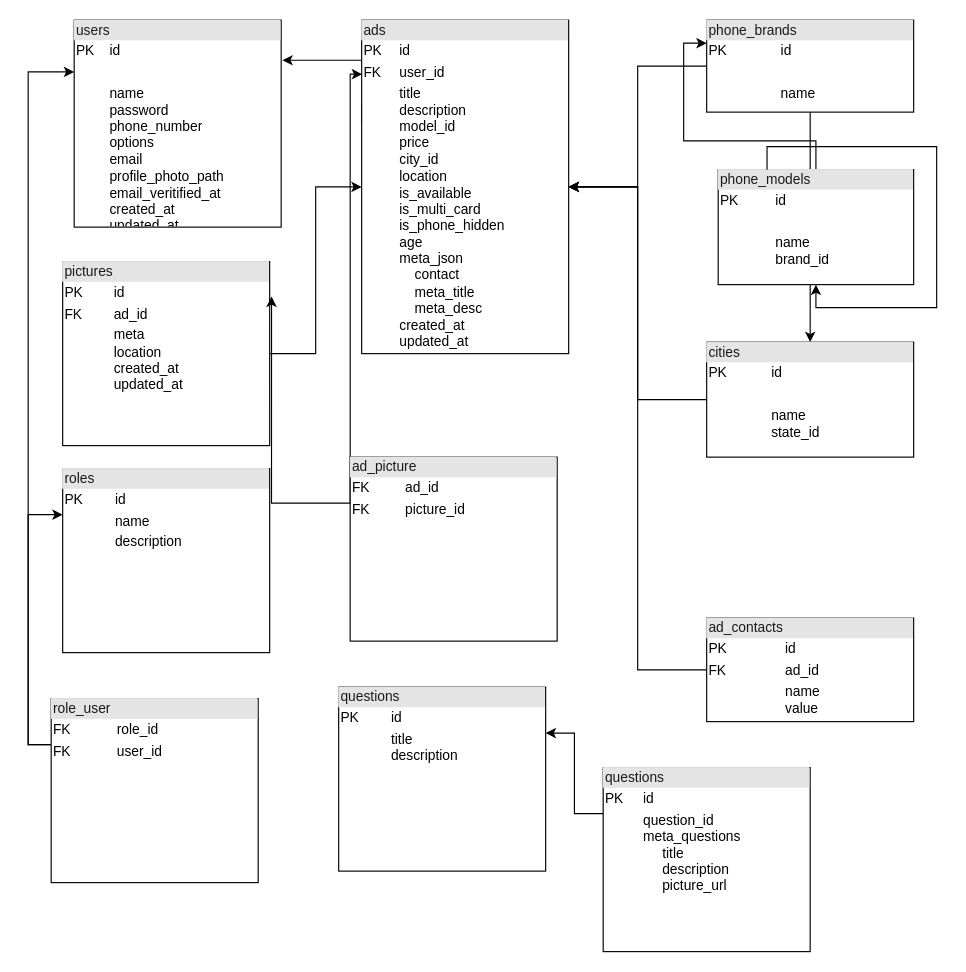
Mdhesari/devicechi keeps this draw.io diagram as page "mvp-register-user" (1 of 5) of diagrams.dio. Above is the earlier version. Source tidied: cells renumbered, new cells numbered last; positions are measured from the earlier drawing's top-left corner, leaving out a move shared by most shapes. Both pictures are drawn from the tidied source at 115%, with x=0, y=0 at pixel (51, 20).
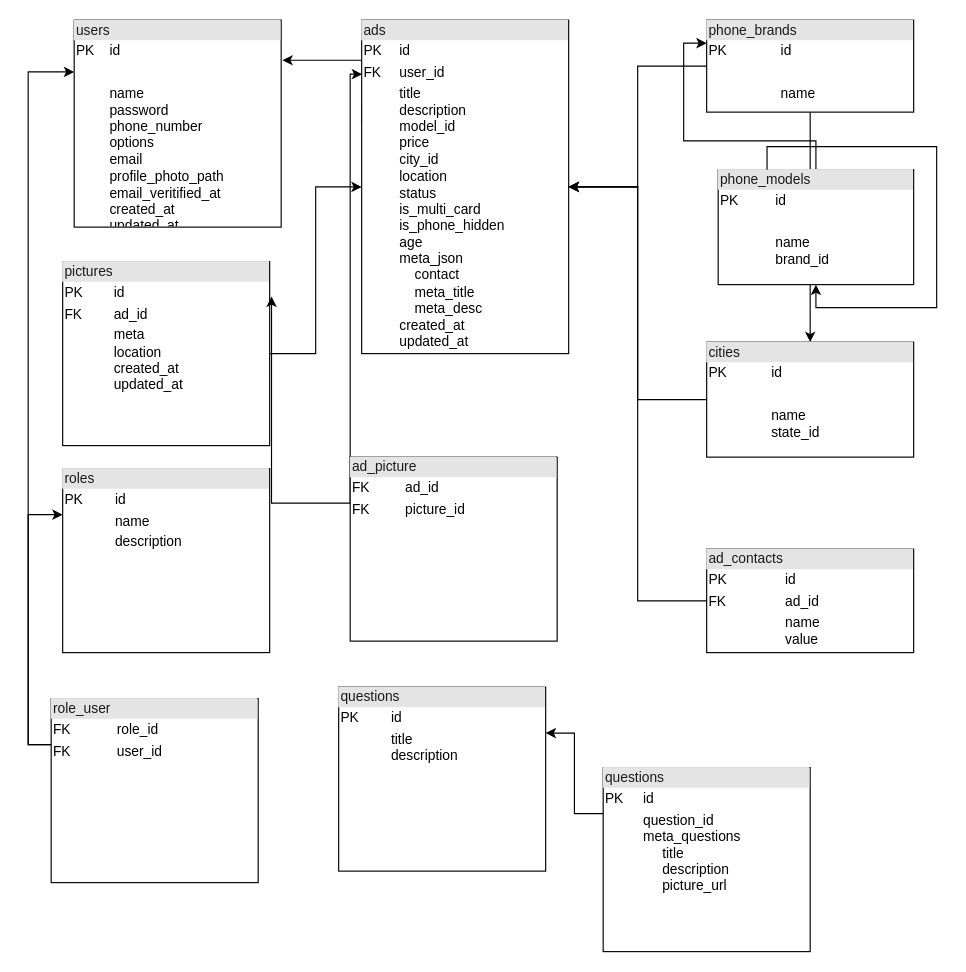
After the change.

The edit, as a diff of the source:
```diff
@@
-    <mxCell id="4" value="&lt;div style=&quot;box-sizing: border-box ; width: 100% ; background: #e4e4e4 ; padding: 2px&quot;&gt;&lt;font color=&quot;#1a1a1a&quot;&gt;ads&lt;/font&gt;&lt;/div&gt;&lt;table style=&quot;width: 100% ; font-size: 1em&quot; cellpadding=&quot;2&quot; cellspacing=&quot;0&quot;&gt;&lt;tbody&gt;&lt;tr&gt;&lt;td&gt;PK&lt;/td&gt;&lt;td&gt;id&lt;/td&gt;&lt;/tr&gt;&lt;tr&gt;&lt;td&gt;FK&lt;/td&gt;&lt;td&gt;user_id&lt;/td&gt;&lt;/tr&gt;&lt;tr&gt;&lt;td&gt;&lt;/td&gt;&lt;td&gt;title&lt;br&gt;description&lt;br&gt;model_id&lt;br&gt;price&lt;br&gt;city_id&lt;br&gt;location&lt;br&gt;is_available&lt;br&gt;is_multi_card&lt;br&gt;is_phone_hidden&lt;br&gt;age&lt;br&gt;meta_json&lt;br&gt;&amp;nbsp; &amp;nbsp; contact&lt;br&gt;&amp;nbsp; &amp;nbsp; meta_title&lt;br&gt;&amp;nbsp; &amp;nbsp; meta_desc&lt;br&gt;created_at&lt;br&gt;updated_at&lt;/td&gt;&lt;/tr&gt;&lt;/tbody&gt;&lt;/table&gt;" style="verticalAlign=top;align=left;overflow=fill;html=1;" parent="1" vertex="1">
+    <mxCell id="4" value="&lt;div style=&quot;box-sizing: border-box ; width: 100% ; background: #e4e4e4 ; padding: 2px&quot;&gt;&lt;font color=&quot;#1a1a1a&quot;&gt;ads&lt;/font&gt;&lt;/div&gt;&lt;table style=&quot;width: 100% ; font-size: 1em&quot; cellpadding=&quot;2&quot; cellspacing=&quot;0&quot;&gt;&lt;tbody&gt;&lt;tr&gt;&lt;td&gt;PK&lt;/td&gt;&lt;td&gt;id&lt;/td&gt;&lt;/tr&gt;&lt;tr&gt;&lt;td&gt;FK&lt;/td&gt;&lt;td&gt;user_id&lt;/td&gt;&lt;/tr&gt;&lt;tr&gt;&lt;td&gt;&lt;/td&gt;&lt;td&gt;title&lt;br&gt;description&lt;br&gt;model_id&lt;br&gt;price&lt;br&gt;city_id&lt;br&gt;location&lt;br&gt;status&lt;br&gt;is_multi_card&lt;br&gt;is_phone_hidden&lt;br&gt;age&lt;br&gt;meta_json&lt;br&gt;&amp;nbsp; &amp;nbsp; contact&lt;br&gt;&amp;nbsp; &amp;nbsp; meta_title&lt;br&gt;&amp;nbsp; &amp;nbsp; meta_desc&lt;br&gt;created_at&lt;br&gt;updated_at&lt;/td&gt;&lt;/tr&gt;&lt;/tbody&gt;&lt;/table&gt;" style="verticalAlign=top;align=left;overflow=fill;html=1;" parent="1" vertex="1">
       <mxGeometry x="270" width="180" height="290" as="geometry" />
     </mxCell>
@@
     <mxCell id="20" value="&lt;div style=&quot;box-sizing: border-box ; width: 100% ; background: #e4e4e4 ; padding: 2px&quot;&gt;&lt;font color=&quot;#1a1a1a&quot;&gt;ad_contacts&lt;/font&gt;&lt;/div&gt;&lt;table style=&quot;width: 100% ; font-size: 1em&quot; cellpadding=&quot;2&quot; cellspacing=&quot;0&quot;&gt;&lt;tbody&gt;&lt;tr&gt;&lt;td&gt;PK&lt;/td&gt;&lt;td&gt;id&lt;/td&gt;&lt;/tr&gt;&lt;tr&gt;&lt;td&gt;FK&lt;/td&gt;&lt;td&gt;ad_id&lt;/td&gt;&lt;/tr&gt;&lt;tr&gt;&lt;td&gt;&lt;/td&gt;&lt;td&gt;name&lt;br&gt;value&lt;/td&gt;&lt;/tr&gt;&lt;/tbody&gt;&lt;/table&gt;" style="verticalAlign=top;align=left;overflow=fill;html=1;" parent="1" vertex="1">
-      <mxGeometry x="570" y="520" width="180" height="90" as="geometry" />
+      <mxGeometry x="570" y="460" width="180" height="90" as="geometry" />
     </mxCell>
```
